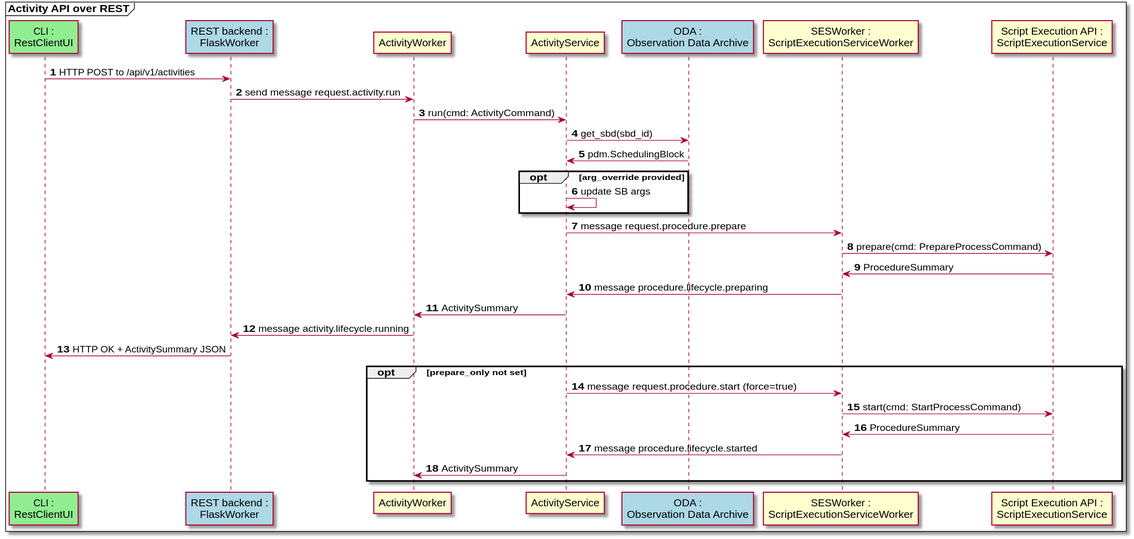
This is docs/src/diagrams/export/backend_module_ui_sequence_activity_api_over_rest.svg from ska-telescope/observation-execution-tool, a PlantUML export, as it was before one commit.
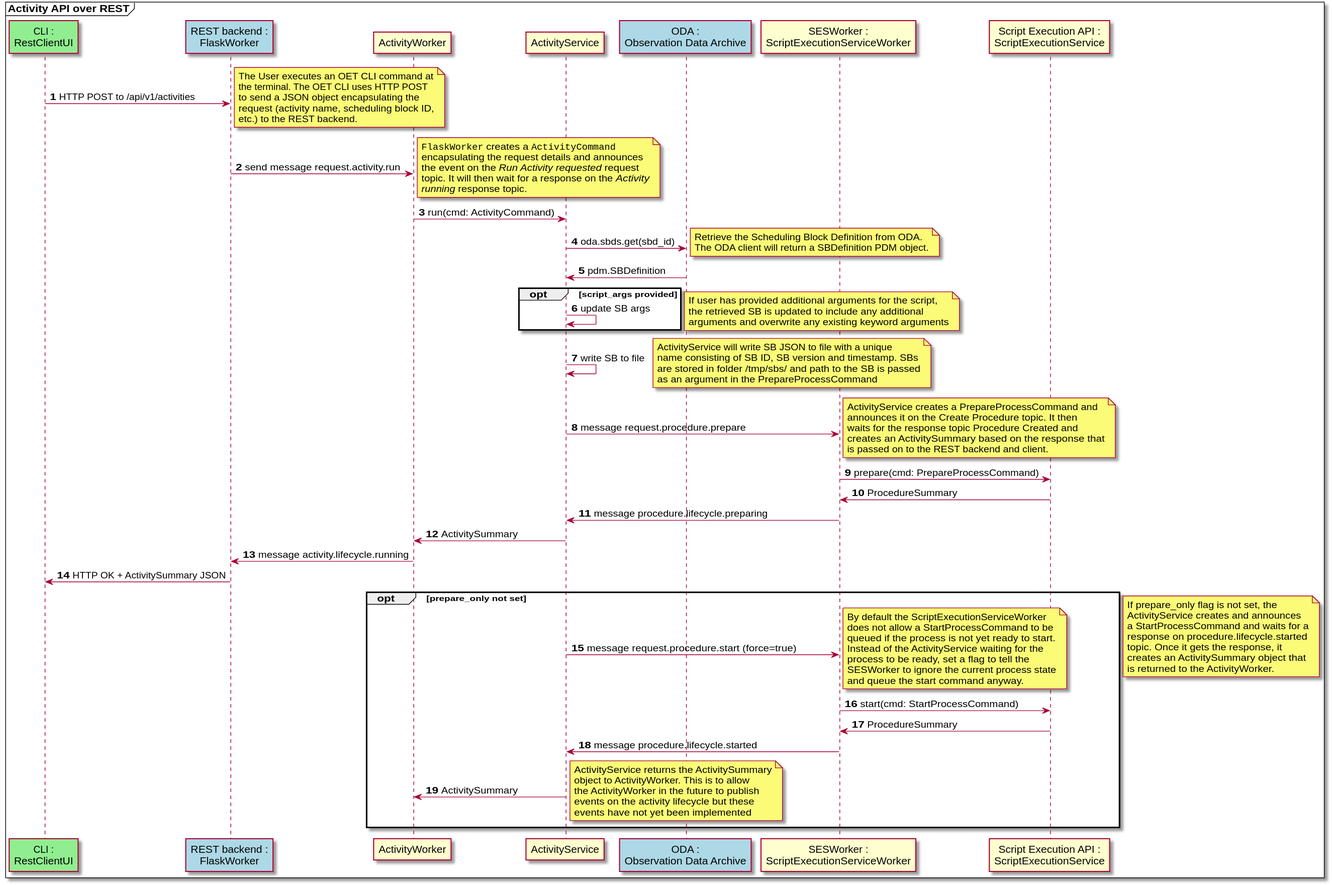
The same file after the commit.

Commit message:
BTN-1689 Update activity sequence diagram to include saving SB to file

Diff of the diagram source:
```diff
@@ -14,18 +14,59 @@
 participant ScriptExecutionService as "Script Execution API :\nScriptExecutionService"
 
 cli -> FlaskWorker: HTTP POST to /api/v1/activities
+note right
+The User executes an OET CLI command at
+the terminal. The OET CLI uses HTTP POST
+to send a JSON object encapsulating the
+request (activity name, scheduling block ID,
+etc.) to the REST backend.
+end note
 
 FlaskWorker -> ActivityWorker: send message request.activity.run
+note right
+""FlaskWorker"" creates a ""ActivityCommand""
+encapsulating the request details and announces
+the event on the //Run Activity requested// request
+topic. It will then wait for a response on the //Activity//
+//running// response topic.
+end note
 
 ActivityWorker -> ActivityService: run(cmd: ActivityCommand)
 
-ActivityService -> ODA: get_sbd(sbd_id)
-ODA -> ActivityService: pdm.SchedulingBlock
-opt arg_override provided
+ActivityService -> ODA: oda.sbds.get(sbd_id)
+note right
+Retrieve the Scheduling Block Definition from ODA.
+The ODA client will return a SBDefinition PDM object.
+end note
+ODA -> ActivityService: pdm.SBDefinition
+
+opt script_args provided
 ActivityService -> ActivityService: update SB args
 end
+note right
+If user has provided additional arguments for the script,
+the retrieved SB is updated to include any additional
+arguments and overwrite any existing keyword arguments
+end note
+
+ActivityService -> ActivityService: write SB to file
+note right
+ActivityService will write SB JSON to file with a unique
+name consisting of SB ID, SB version and timestamp. SBs
+are stored in folder /tmp/sbs/ and path to the SB is passed
+as an argument in the PrepareProcessCommand
+end note
+
 
 ActivityService -> ScriptExecutionServiceWorker: message request.procedure.prepare
+
+note right
+ActivityService creates a PrepareProcessCommand and
+announces it on the Create Procedure topic. It then
+waits for the response topic Procedure Created and
+creates an ActivitySummary based on  the response that
+is passed on to the REST backend and client.
+end note
 
 ScriptExecutionServiceWorker -> ScriptExecutionService: prepare(cmd: PrepareProcessCommand)
 
@@ -41,6 +82,15 @@
 
 opt prepare_only not set
 ActivityService -> ScriptExecutionServiceWorker: message request.procedure.start (force=true)
+note right
+By default the ScriptExecutionServiceWorker
+does not allow a StartProcessCommand to be
+queued if the process is not yet ready to start.
+Instead of the ActivityService waiting for the
+process to be ready, set a flag to tell the
+SESWorker to ignore the current process state
+and queue the start command anyway.
+end note
 
 ScriptExecutionServiceWorker -> ScriptExecutionService: start(cmd: StartProcessCommand)
 
@@ -49,7 +99,23 @@
 ScriptExecutionServiceWorker -> ActivityService: message procedure.lifecycle.started
 
 ActivityService -> ActivityWorker: ActivitySummary
+note right
+ActivityService returns the ActivitySummary
+object to ActivityWorker. This is to allow
+the ActivityWorker in the future to publish
+events on the activity lifecycle but these
+events have not yet been implemented
+end note
 
 end
+note right
+If prepare_only flag is not set, the
+ActivityService creates and announces
+a StartProcessCommand and waits for a
+response on  procedure.lifecycle.started
+topic. Once it gets the response, it
+creates an ActivitySummary object that
+is returned to the ActivityWorker.
+end note
 
 @enduml
```
